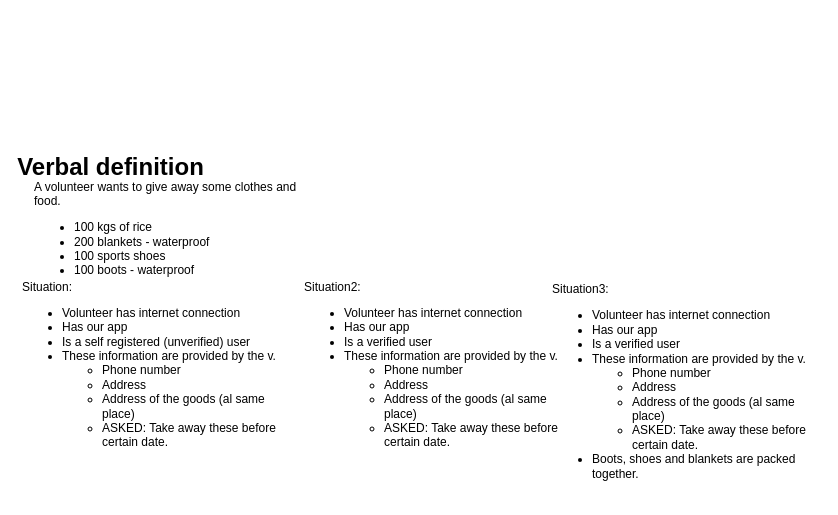
Before: page "UC 1 - Food Resource Declared" (2 of 5) of UMLDiagrams/DR_UseCasesUML.drawio in bounswe/bounswe2023group2, a draw.io diagram. Source tidied: cells renumbered, new cells numbered last; positions are measured from the earlier drawing's top-left corner, leaving out a move shared by most shapes. Both pictures are drawn from the tidied source at 100%, with x=0, y=0 at pixel (20, 147).
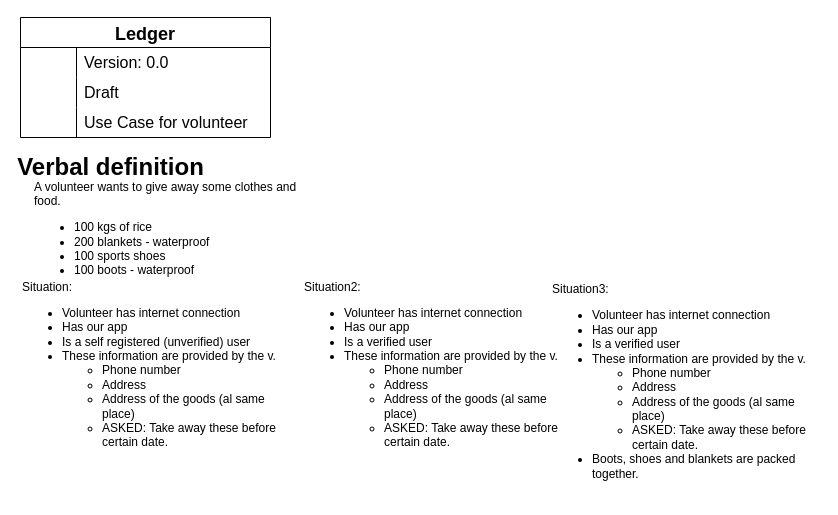
The same page after the edit.

Diff of the diagram source:
```diff
@@
 <mxGraphModel>
   <root>
     <mxCell id="0" />
     <mxCell id="1" parent="0" />
     <mxCell id="2" value="Verbal definition" style="text;strokeColor=none;fillColor=none;html=1;fontSize=24;fontStyle=1;verticalAlign=middle;align=center;" parent="1" vertex="1">
       <mxGeometry x="40" width="100" height="40" as="geometry" />
     </mxCell>
     <mxCell id="3" value="&lt;div&gt;A volunteer wants to give away some clothes and food.&lt;/div&gt;&lt;ul&gt;&lt;li&gt;100 kgs of rice&lt;/li&gt;&lt;li&gt;200 blankets - waterproof&lt;/li&gt;&lt;li&gt;100 sports shoes&lt;/li&gt;&lt;li&gt;100 boots - waterproof&lt;/li&gt;&lt;/ul&gt;" style="text;strokeColor=none;fillColor=none;html=1;whiteSpace=wrap;verticalAlign=middle;overflow=hidden;" parent="1" vertex="1">
       <mxGeometry x="12" y="30" width="270" height="110" as="geometry" />
     </mxCell>
     <mxCell id="4" value="&lt;div&gt;Situation:&lt;/div&gt;&lt;ul&gt;&lt;li&gt;Volunteer has internet connection&lt;/li&gt;&lt;li&gt;Has our app&amp;nbsp;&lt;/li&gt;&lt;li&gt;Is a self registered (unverified) user&lt;/li&gt;&lt;li&gt;These information are provided by the v.&lt;/li&gt;&lt;ul&gt;&lt;li&gt;Phone number&lt;/li&gt;&lt;li&gt;Address&lt;/li&gt;&lt;li&gt;Address of the goods (al same place)&lt;/li&gt;&lt;li&gt;ASKED: Take away these before certain date.&lt;/li&gt;&lt;/ul&gt;&lt;/ul&gt;" style="text;strokeColor=none;fillColor=none;html=1;whiteSpace=wrap;verticalAlign=middle;overflow=hidden;" parent="1" vertex="1">
       <mxGeometry y="130" width="270" height="180" as="geometry" />
     </mxCell>
     <mxCell id="5" value="&lt;div&gt;Situation2:&lt;/div&gt;&lt;ul&gt;&lt;li&gt;Volunteer has internet connection&lt;/li&gt;&lt;li&gt;Has our app&amp;nbsp;&lt;/li&gt;&lt;li&gt;Is a verified user&lt;/li&gt;&lt;li&gt;These information are provided by the v.&lt;/li&gt;&lt;ul&gt;&lt;li&gt;Phone number&lt;/li&gt;&lt;li&gt;Address&lt;/li&gt;&lt;li&gt;Address of the goods (al same place)&lt;/li&gt;&lt;li&gt;ASKED: Take away these before certain date.&lt;/li&gt;&lt;/ul&gt;&lt;/ul&gt;" style="text;strokeColor=none;fillColor=none;html=1;whiteSpace=wrap;verticalAlign=middle;overflow=hidden;" parent="1" vertex="1">
       <mxGeometry x="282" y="130" width="270" height="180" as="geometry" />
     </mxCell>
     <mxCell id="6" value="&lt;div&gt;Situation3:&lt;/div&gt;&lt;ul&gt;&lt;li&gt;Volunteer has internet connection&lt;/li&gt;&lt;li&gt;Has our app&amp;nbsp;&lt;/li&gt;&lt;li&gt;Is a verified user&lt;/li&gt;&lt;li&gt;These information are provided by the v.&lt;/li&gt;&lt;ul&gt;&lt;li&gt;Phone number&lt;/li&gt;&lt;li&gt;Address&lt;/li&gt;&lt;li&gt;Address of the goods (al same place)&lt;/li&gt;&lt;li&gt;ASKED: Take away these before certain date.&lt;/li&gt;&lt;/ul&gt;&lt;li&gt;Boots, shoes and blankets are packed together.&amp;nbsp;&lt;/li&gt;&lt;/ul&gt;" style="text;strokeColor=none;fillColor=none;html=1;whiteSpace=wrap;verticalAlign=middle;overflow=hidden;" parent="1" vertex="1">
       <mxGeometry x="530" y="130" width="270" height="220" as="geometry" />
     </mxCell>
+    <mxCell id="7" value="Ledger" style="shape=table;startSize=30;childLayout=tableLayout;rowLines=0;fontStyle=1;strokeColor=default;fontSize=18;" parent="1" vertex="1">
+      <mxGeometry y="-130" width="250" height="120" as="geometry" />
+    </mxCell>
+    <mxCell id="8" style="shape=tableRow;horizontal=0;startSize=0;swimlaneHead=0;swimlaneBody=0;top=0;left=0;bottom=0;right=0;fillColor=none;strokeColor=inherit;fontSize=16;" parent="7" vertex="1">
+      <mxGeometry y="30" width="250" height="30" as="geometry" />
+    </mxCell>
+    <mxCell id="9" style="shape=partialRectangle;html=1;whiteSpace=wrap;fillColor=none;top=0;left=0;bottom=0;right=0;overflow=hidden;strokeColor=inherit;fontSize=16;" parent="8" vertex="1">
+      <mxGeometry width="56" height="30" as="geometry" />
+    </mxCell>
+    <mxCell id="10" value="Version: 0.0" style="shape=partialRectangle;html=1;whiteSpace=wrap;fillColor=none;top=0;left=0;bottom=0;right=0;align=left;spacingLeft=6;overflow=hidden;strokeColor=inherit;fontSize=16;" parent="8" vertex="1">
+      <mxGeometry x="56" width="194" height="30" as="geometry" />
+    </mxCell>
+    <mxCell id="11" style="shape=tableRow;horizontal=0;startSize=0;swimlaneHead=0;swimlaneBody=0;top=0;left=0;bottom=0;right=0;fillColor=none;strokeColor=inherit;fontSize=16;" parent="7" vertex="1">
+      <mxGeometry y="60" width="250" height="30" as="geometry" />
+    </mxCell>
+    <mxCell id="12" style="shape=partialRectangle;html=1;whiteSpace=wrap;fillColor=none;top=0;left=0;bottom=0;right=0;overflow=hidden;strokeColor=inherit;fontSize=16;" parent="11" vertex="1">
+      <mxGeometry width="56" height="30" as="geometry" />
+    </mxCell>
+    <mxCell id="13" value="Draft" style="shape=partialRectangle;html=1;whiteSpace=wrap;fillColor=none;top=0;left=0;bottom=0;right=0;align=left;spacingLeft=6;overflow=hidden;strokeColor=inherit;fontSize=16;" parent="11" vertex="1">
+      <mxGeometry x="56" width="194" height="30" as="geometry" />
+    </mxCell>
+    <mxCell id="14" style="shape=tableRow;horizontal=0;startSize=0;swimlaneHead=0;swimlaneBody=0;top=0;left=0;bottom=0;right=0;fillColor=none;strokeColor=inherit;fontSize=16;" parent="7" vertex="1">
+      <mxGeometry y="90" width="250" height="30" as="geometry" />
+    </mxCell>
+    <mxCell id="15" style="shape=partialRectangle;html=1;whiteSpace=wrap;fillColor=none;top=0;left=0;bottom=0;right=0;overflow=hidden;strokeColor=inherit;fontSize=16;" parent="14" vertex="1">
+      <mxGeometry width="56" height="30" as="geometry" />
+    </mxCell>
+    <mxCell id="16" value="Use Case for volunteer" style="shape=partialRectangle;html=1;whiteSpace=wrap;fillColor=none;top=0;left=0;bottom=0;right=0;align=left;spacingLeft=6;overflow=hidden;strokeColor=inherit;fontSize=16;" parent="14" vertex="1">
+      <mxGeometry x="56" width="194" height="30" as="geometry" />
+    </mxCell>
   </root>
 </mxGraphModel>
```
